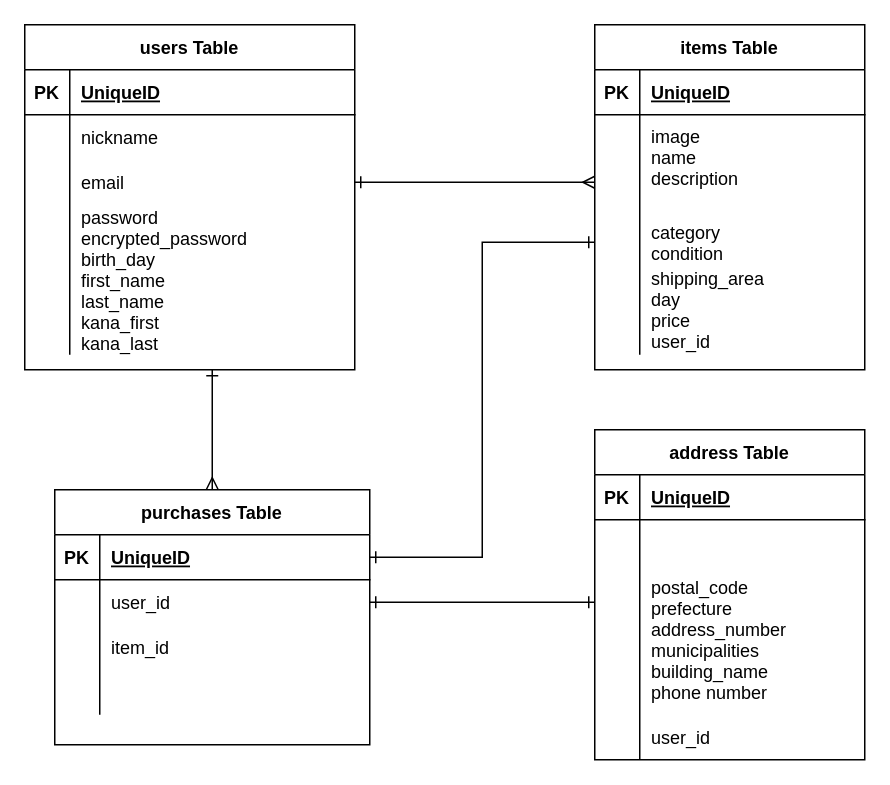
Above: test.dio in tyanyu0614/furima-31671 (draw.io), before the change. Source tidied: cells renumbered, new cells numbered last; positions are measured from the earlier drawing's top-left corner, leaving out a move shared by most shapes. Both pictures are drawn from the tidied source at 150%, with x=0, y=0 at pixel (24, 24).
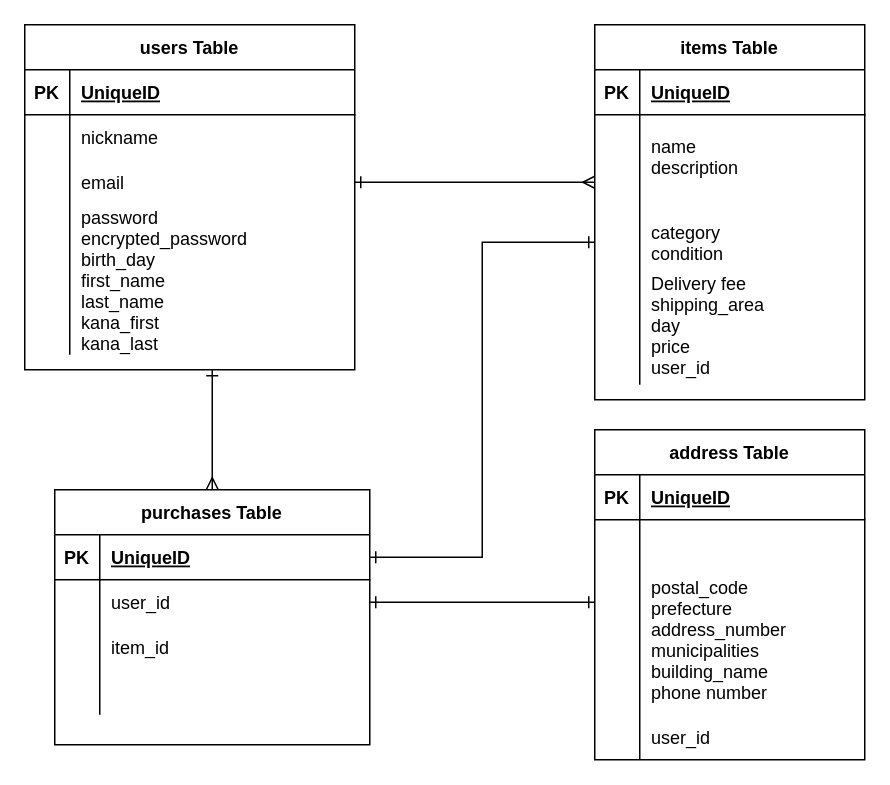
After the change.

The change refers to these unchanged cells:
```xml
<mxCell id="49" style="shape=partialRectangle;fillColor=none;top=0;left=0;bottom=0;right=0;points=[[0,0.5],[1,0.5]];portConstraint=eastwest;" parent="45" vertex="1">
  <mxGeometry y="60" width="180" height="70" as="geometry" />
</mxCell>
```

What changed in the source:
```diff
@@
     <mxCell id="45" value="items Table" style="shape=table;startSize=30;childLayout=tableLayout;rowLines=0;fontStyle=1;align=center;" parent="1" vertex="1">
-      <mxGeometry x="380" width="180" height="230" as="geometry" />
+      <mxGeometry x="380" width="180" height="250" as="geometry" />
     </mxCell>
@@
-    <mxCell id="51" value="image&#10;name&#10;description&#10;" style="shape=partialRectangle;fillColor=none;top=0;left=0;bottom=0;right=0;align=left;spacingLeft=6;overflow=hidden;" parent="49" vertex="1">
+    <mxCell id="51" value="name&#10;description&#10;" style="shape=partialRectangle;fillColor=none;top=0;left=0;bottom=0;right=0;align=left;spacingLeft=6;overflow=hidden;" parent="49" vertex="1">
       <mxGeometry x="30" width="150" height="70" as="geometry" />
     </mxCell>
@@
     <mxCell id="55" style="shape=partialRectangle;fillColor=none;top=0;left=0;bottom=0;right=0;" parent="45" vertex="1">
-      <mxGeometry y="160" width="180" height="60" as="geometry" />
+      <mxGeometry y="160" width="180" height="80" as="geometry" />
     </mxCell>
     <mxCell id="56" style="shape=partialRectangle;fillColor=none;top=0;left=0;bottom=0;right=0;overflow=hidden;" parent="55" vertex="1">
-      <mxGeometry width="30" height="60" as="geometry" />
+      <mxGeometry width="30" height="80" as="geometry" />
     </mxCell>
-    <mxCell id="57" value="shipping_area&#10;day&#10;price&#10;user_id" style="shape=partialRectangle;fillColor=none;top=0;left=0;bottom=0;right=0;align=left;spacingLeft=6;overflow=hidden;" parent="55" vertex="1">
-      <mxGeometry x="30" width="150" height="60" as="geometry" />
+    <mxCell id="57" value="Delivery fee&#10;shipping_area&#10;day&#10;price&#10;user_id" style="shape=partialRectangle;fillColor=none;top=0;left=0;bottom=0;right=0;align=left;spacingLeft=6;overflow=hidden;" parent="55" vertex="1">
+      <mxGeometry x="30" width="150" height="80" as="geometry" />
     </mxCell>
```
